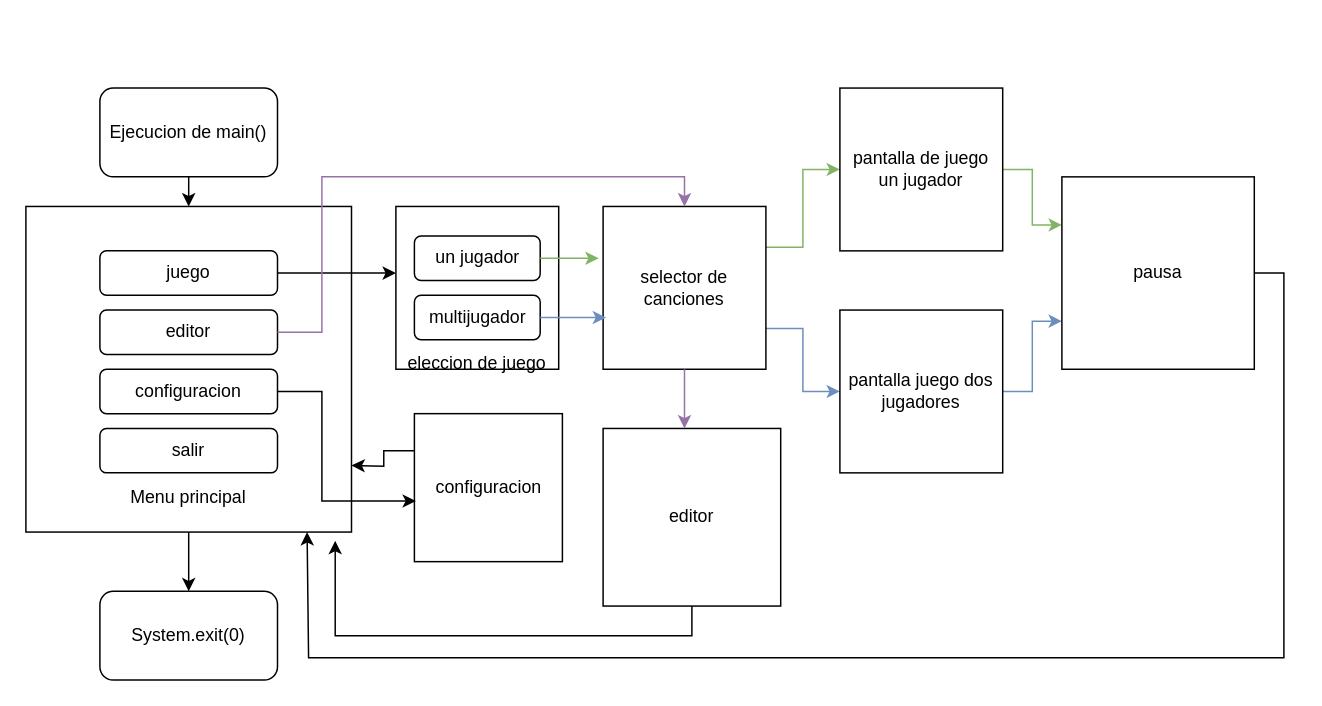
Earlier version of the draw.io diagram Progra.drawio (ArielParra/Proyecto_Programacion-II). Source tidied: cells renumbered, new cells numbered last; positions are measured from the earlier drawing's top-left corner, leaving out a move shared by most shapes. Both pictures are drawn from the tidied source at 148%, with x=0, y=0 at pixel (25, 87).
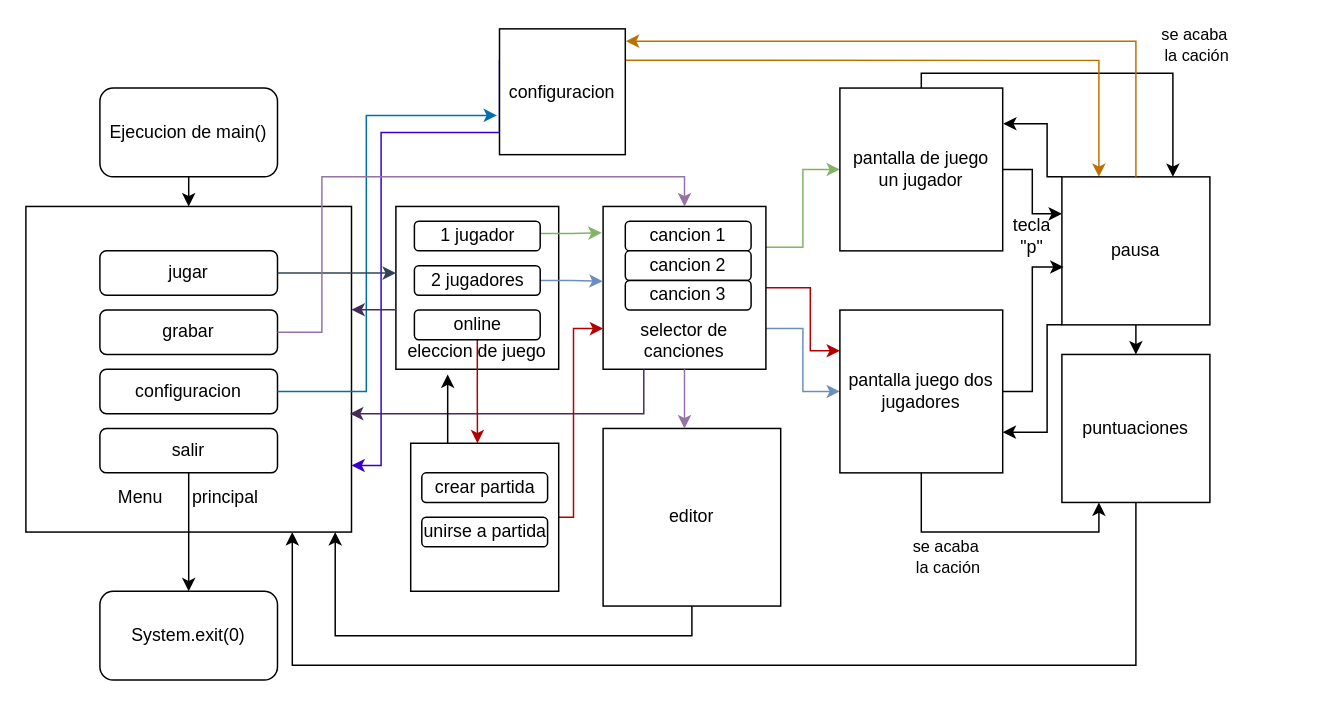
The same page after the edit.

The change refers to these unchanged cells:
```xml
<mxCell id="2" value="System.exit(0)" style="rounded=1;whiteSpace=wrap;html=1;" parent="1" vertex="1">
  <mxGeometry x="50" y="340" width="120" height="60" as="geometry" />
</mxCell>
<mxCell id="5" style="group;" parent="1" vertex="1">
  <mxGeometry y="80" width="220" height="220" as="geometry" />
</mxCell>
<mxCell id="9" value="configuracion" style="rounded=1;whiteSpace=wrap;html=1;" parent="5" vertex="1">
  <mxGeometry x="50" y="110" width="120" height="30" as="geometry" />
</mxCell>
<mxCell id="10" value="salir" style="rounded=1;whiteSpace=wrap;html=1;" parent="5" vertex="1">
  <mxGeometry x="50" y="150" width="120" height="30" as="geometry" />
</mxCell>
<mxCell id="19" value="&lt;div&gt;pantalla de juego&lt;/div&gt;un jugador" style="whiteSpace=wrap;html=1;" parent="1" vertex="1">
  <mxGeometry x="550" width="110" height="110" as="geometry" />
</mxCell>
<mxCell id="21" value="pantalla juego dos jugadores" style="whiteSpace=wrap;html=1;" parent="1" vertex="1">
  <mxGeometry x="550" y="150" width="110" height="110" as="geometry" />
</mxCell>
<mxCell id="31" value="editor" style="whiteSpace=wrap;html=1;" parent="1" vertex="1">
  <mxGeometry x="390" y="230" width="120" height="120" as="geometry" />
</mxCell>
```

Change to the diagram source:
```diff
@@
+    <mxCell id="34" style="edgeStyle=orthogonalEdgeStyle;rounded=0;jettySize=auto;html=1;exitX=0.5;exitY=1;exitDx=0;exitDy=0;entryX=0.5;entryY=1;entryDx=0;entryDy=0;" parent="5" edge="1" source="6" target="10">
+      <mxGeometry relative="1" as="geometry" />
+    </mxCell>
-    <mxCell id="6" value="&lt;div&gt;&lt;br&gt;&lt;/div&gt;&lt;div&gt;&lt;br&gt;&lt;/div&gt;&lt;div&gt;&lt;br&gt;&lt;/div&gt;&lt;div&gt;&lt;br&gt;&lt;/div&gt;&lt;div&gt;&lt;br&gt;&lt;/div&gt;&lt;div&gt;&lt;br&gt;&lt;/div&gt;&lt;div&gt;&lt;br&gt;&lt;/div&gt;&lt;div&gt;&lt;br&gt;&lt;/div&gt;&lt;div&gt;&lt;br&gt;&lt;/div&gt;&lt;div&gt;&lt;br&gt;&lt;/div&gt;&lt;div&gt;&lt;br&gt;&lt;/div&gt;&lt;div&gt;&lt;br&gt;&lt;/div&gt;&lt;div&gt;Menu principal&lt;br&gt;&lt;/div&gt;" style="whiteSpace=wrap;html=1;" parent="5" vertex="1">
+    <mxCell id="6" value="&lt;div&gt;&lt;br&gt;&lt;/div&gt;&lt;div&gt;&lt;br&gt;&lt;/div&gt;&lt;div&gt;&lt;br&gt;&lt;/div&gt;&lt;div&gt;&lt;br&gt;&lt;/div&gt;&lt;div&gt;&lt;br&gt;&lt;/div&gt;&lt;div&gt;&lt;br&gt;&lt;/div&gt;&lt;div&gt;&lt;br&gt;&lt;/div&gt;&lt;div&gt;&lt;br&gt;&lt;/div&gt;&lt;div&gt;&lt;br&gt;&lt;/div&gt;&lt;div&gt;&lt;br&gt;&lt;/div&gt;&lt;div&gt;&lt;br&gt;&lt;/div&gt;&lt;div&gt;&lt;br&gt;&lt;/div&gt;&lt;div&gt;Menu&amp;nbsp; &amp;nbsp; &amp;nbsp; principal&lt;br&gt;&lt;/div&gt;" style="whiteSpace=wrap;html=1;" parent="5" vertex="1">
       <mxGeometry width="220" height="220" as="geometry" />
     </mxCell>
-    <mxCell id="7" value="&lt;div&gt;juego&lt;/div&gt;" style="rounded=1;whiteSpace=wrap;html=1;" parent="5" vertex="1">
+    <mxCell id="7" value="&lt;div&gt;jugar&lt;/div&gt;" style="rounded=1;whiteSpace=wrap;html=1;" parent="5" vertex="1">
       <mxGeometry x="50" y="30" width="120" height="30" as="geometry" />
     </mxCell>
-    <mxCell id="8" value="editor" style="rounded=1;whiteSpace=wrap;html=1;" parent="5" vertex="1">
+    <mxCell id="8" value="grabar" style="rounded=1;whiteSpace=wrap;html=1;" parent="5" vertex="1">
       <mxGeometry x="50" y="70" width="120" height="30" as="geometry" />
     </mxCell>
@@
     <mxCell id="11" style="edgeStyle=orthogonalEdgeStyle;rounded=0;jettySize=auto;html=1;exitX=0.5;exitY=1;exitDx=0;exitDy=0;entryX=0.5;entryY=0;entryDx=0;entryDy=0;" parent="1" edge="1" source="6" target="2">
-      <mxGeometry relative="1" as="geometry" />
+      <mxGeometry relative="1" as="geometry">
+        <Array as="points">
+          <mxPoint x="110" y="260" />
+          <mxPoint x="110" y="260" />
+        </Array>
+      </mxGeometry>
     </mxCell>
-    <mxCell id="12" value="&lt;div&gt;&lt;br&gt;&lt;/div&gt;&lt;div&gt;&lt;br&gt;&lt;/div&gt;&lt;div&gt;&lt;br&gt;&lt;/div&gt;&lt;div&gt;&lt;br&gt;&lt;/div&gt;&lt;div&gt;&lt;br&gt;&lt;/div&gt;&lt;div&gt;&lt;br&gt;&lt;/div&gt;&lt;div&gt;&lt;br&gt;&lt;/div&gt;&lt;div&gt;eleccion de juego&lt;br&gt;&lt;/div&gt;" style="whiteSpace=wrap;html=1;" parent="1" vertex="1">
+    <mxCell id="12" value="&lt;div&gt;&lt;br&gt;&lt;/div&gt;&lt;div&gt;&lt;br&gt;&lt;/div&gt;&lt;div&gt;&lt;br&gt;&lt;/div&gt;&lt;div&gt;&lt;br&gt;&lt;/div&gt;&lt;div&gt;&lt;br&gt;&lt;/div&gt;&lt;div&gt;&lt;br&gt;&lt;/div&gt;&lt;div&gt;&lt;span style=&quot;background-color: initial;&quot;&gt;eleccion de juego&lt;/span&gt;&lt;br&gt;&lt;/div&gt;" style="whiteSpace=wrap;html=1;" parent="1" vertex="1">
       <mxGeometry x="250" y="80" width="110" height="110" as="geometry" />
     </mxCell>
-    <mxCell id="13" value="un jugador" style="rounded=1;whiteSpace=wrap;html=1;" parent="1" vertex="1">
-      <mxGeometry x="262.5" y="100" width="85" height="30" as="geometry" />
-    </mxCell>
-    <mxCell id="14" value="multijugador" style="rounded=1;whiteSpace=wrap;html=1;" parent="1" vertex="1">
-      <mxGeometry x="262.5" y="140" width="85" height="30" as="geometry" />
-    </mxCell>
@@
+    <mxCell id="35" style="edgeStyle=orthogonalEdgeStyle;rounded=0;jettySize=auto;html=1;exitX=1;exitY=0.5;exitDx=0;exitDy=0;entryX=0;entryY=0.25;entryDx=0;entryDy=0;fillColor=#e51400;strokeColor=#B20000;" parent="1" edge="1" source="17" target="21">
+      <mxGeometry relative="1" as="geometry">
+        <Array as="points">
+          <mxPoint x="530" y="135" />
+          <mxPoint x="530" y="178" />
+        </Array>
+      </mxGeometry>
+    </mxCell>
-    <mxCell id="17" value="selector de canciones" style="whiteSpace=wrap;html=1;" parent="1" vertex="1">
+    <mxCell id="17" value="&lt;div&gt;&lt;br&gt;&lt;/div&gt;&lt;div&gt;&lt;br&gt;&lt;/div&gt;&lt;div&gt;&lt;br&gt;&lt;/div&gt;&lt;div&gt;&lt;br&gt;&lt;/div&gt;&lt;div&gt;&lt;br&gt;&lt;/div&gt;selector de canciones" style="whiteSpace=wrap;html=1;" parent="1" vertex="1">
       <mxGeometry x="390" y="80" width="110" height="110" as="geometry" />
     </mxCell>
-    <mxCell id="18" style="edgeStyle=orthogonalEdgeStyle;rounded=0;jettySize=auto;html=1;exitX=1;exitY=0.5;exitDx=0;exitDy=0;entryX=0;entryY=0.25;entryDx=0;entryDy=0;fillColor=#d5e8d4;strokeColor=#82b366;" parent="1" edge="1" source="19" target="29">
-      <mxGeometry relative="1" as="geometry" />
-    </mxCell>
+    <mxCell id="36" style="edgeStyle=orthogonalEdgeStyle;rounded=0;jettySize=auto;html=1;exitX=0.5;exitY=0;exitDx=0;exitDy=0;entryX=0.75;entryY=0;entryDx=0;entryDy=0;" parent="1" edge="1" source="19" target="29">
+      <mxGeometry relative="1" as="geometry">
+        <Array as="points">
+          <mxPoint x="605" y="-10" />
+          <mxPoint x="775" y="-10" />
+        </Array>
+      </mxGeometry>
+    </mxCell>
+    <mxCell id="37" value="se acaba&amp;nbsp;&lt;div&gt;la cación&lt;/div&gt;" style="edgeLabel;html=1;align=center;verticalAlign=middle;" parent="36" vertex="1">
+      <mxGeometry x="0.41" y="-2" relative="1" as="geometry">
+        <mxPoint x="19" y="-22" as="offset" />
+      </mxGeometry>
+    </mxCell>
+    <mxCell id="38" style="edgeStyle=orthogonalEdgeStyle;rounded=0;jettySize=auto;html=1;exitX=1;exitY=0.5;exitDx=0;exitDy=0;entryX=0;entryY=0.25;entryDx=0;entryDy=0;" parent="1" edge="1" source="19" target="29">
+      <mxGeometry relative="1" as="geometry" />
+    </mxCell>
@@
-    <mxCell id="20" style="edgeStyle=orthogonalEdgeStyle;rounded=0;jettySize=auto;html=1;exitX=1;exitY=0.5;exitDx=0;exitDy=0;entryX=0;entryY=0.75;entryDx=0;entryDy=0;fillColor=#dae8fc;strokeColor=#6c8ebf;" parent="1" edge="1" source="21" target="29">
-      <mxGeometry relative="1" as="geometry" />
-    </mxCell>
+    <mxCell id="39" style="edgeStyle=orthogonalEdgeStyle;rounded=0;jettySize=auto;html=1;exitX=0.5;exitY=1;exitDx=0;exitDy=0;entryX=0.25;entryY=1;entryDx=0;entryDy=0;" parent="1" edge="1" source="21" target="44">
+      <mxGeometry relative="1" as="geometry" />
+    </mxCell>
@@
-    <mxCell id="22" style="edgeStyle=orthogonalEdgeStyle;rounded=0;jettySize=auto;html=1;exitX=0;exitY=0.25;exitDx=0;exitDy=0;" parent="1" edge="1" source="23">
+    <mxCell id="22" style="edgeStyle=orthogonalEdgeStyle;rounded=0;jettySize=auto;html=1;exitX=0;exitY=0.25;exitDx=0;exitDy=0;fillColor=#6a00ff;strokeColor=#3700CC;" parent="1" edge="1" source="23">
       <mxGeometry relative="1" as="geometry">
         <mxPoint x="220" y="255" as="targetPoint" />
+        <Array as="points">
+          <mxPoint x="320" y="30" />
+          <mxPoint x="240" y="30" />
+          <mxPoint x="240" y="255" />
+        </Array>
       </mxGeometry>
     </mxCell>
+    <mxCell id="40" style="edgeStyle=orthogonalEdgeStyle;rounded=0;jettySize=auto;html=1;exitX=1;exitY=0.25;exitDx=0;exitDy=0;entryX=0.25;entryY=0;entryDx=0;entryDy=0;fillColor=#f0a30a;strokeColor=#BD7000;" parent="1" edge="1" source="23" target="29">
+      <mxGeometry relative="1" as="geometry" />
+    </mxCell>
     <mxCell id="23" value="configuracion" style="whiteSpace=wrap;html=1;" parent="1" vertex="1">
-      <mxGeometry x="262.5" y="220" width="100" height="100" as="geometry" />
+      <mxGeometry x="320" y="-40" width="85" height="85" as="geometry" />
     </mxCell>
-    <mxCell id="24" style="edgeStyle=orthogonalEdgeStyle;rounded=0;jettySize=auto;html=1;exitX=1;exitY=0.5;exitDx=0;exitDy=0;entryX=0.01;entryY=0.59;entryDx=0;entryDy=0;entryPerimeter=0;" parent="1" edge="1" source="9" target="23">
+    <mxCell id="24" style="edgeStyle=orthogonalEdgeStyle;rounded=0;jettySize=auto;html=1;exitX=1;exitY=0.5;exitDx=0;exitDy=0;fillColor=#1ba1e2;strokeColor=#006EAF;entryX=-0.02;entryY=0.688;entryDx=0;entryDy=0;entryPerimeter=0;" parent="1" edge="1" source="9" target="23">
       <mxGeometry relative="1" as="geometry">
         <Array as="points">
-          <mxPoint x="200" y="205" />
-          <mxPoint x="200" y="279" />
+          <mxPoint x="230" y="205" />
+          <mxPoint x="230" y="18" />
         </Array>
       </mxGeometry>
     </mxCell>
-    <mxCell id="25" style="edgeStyle=orthogonalEdgeStyle;rounded=0;jettySize=auto;html=1;exitX=1;exitY=0.5;exitDx=0;exitDy=0;entryX=0;entryY=0.409;entryDx=0;entryDy=0;entryPerimeter=0;" parent="1" edge="1" source="7" target="12">
+    <mxCell id="25" style="edgeStyle=orthogonalEdgeStyle;rounded=0;jettySize=auto;html=1;exitX=1;exitY=0.5;exitDx=0;exitDy=0;entryX=0;entryY=0.409;entryDx=0;entryDy=0;entryPerimeter=0;fillColor=#647687;strokeColor=#314354;" parent="1" edge="1" source="7" target="12">
       <mxGeometry relative="1" as="geometry" />
     </mxCell>
-    <mxCell id="26" style="edgeStyle=orthogonalEdgeStyle;rounded=0;jettySize=auto;html=1;exitX=1;exitY=0.5;exitDx=0;exitDy=0;entryX=-0.027;entryY=0.327;entryDx=0;entryDy=0;entryPerimeter=0;fillColor=#d5e8d4;strokeColor=#82b366;" parent="1" edge="1" source="13" target="17">
+    <mxCell id="26" style="edgeStyle=orthogonalEdgeStyle;rounded=0;jettySize=auto;html=1;exitX=0.999;exitY=0.417;exitDx=0;exitDy=0;entryX=-0.009;entryY=0.162;entryDx=0;entryDy=0;entryPerimeter=0;fillColor=#d5e8d4;strokeColor=#82b366;exitPerimeter=0;" parent="1" edge="1" source="52" target="17">
       <mxGeometry relative="1" as="geometry" />
     </mxCell>
-    <mxCell id="27" style="edgeStyle=orthogonalEdgeStyle;rounded=0;jettySize=auto;html=1;exitX=1;exitY=0.5;exitDx=0;exitDy=0;entryX=0.018;entryY=0.682;entryDx=0;entryDy=0;entryPerimeter=0;fillColor=#dae8fc;strokeColor=#6c8ebf;" parent="1" edge="1" source="14" target="17">
+    <mxCell id="27" style="edgeStyle=orthogonalEdgeStyle;rounded=0;jettySize=auto;html=1;entryX=-0.003;entryY=0.46;entryDx=0;entryDy=0;fillColor=#dae8fc;strokeColor=#6c8ebf;entryPerimeter=0;exitX=1;exitY=0.5;exitDx=0;exitDy=0;" parent="1" edge="1" source="51" target="17">
       <mxGeometry relative="1" as="geometry" />
     </mxCell>
-    <mxCell id="28" style="edgeStyle=orthogonalEdgeStyle;rounded=0;jettySize=auto;html=1;exitX=1;exitY=0.5;exitDx=0;exitDy=0;" parent="1" edge="1" source="29">
-      <mxGeometry relative="1" as="geometry">
-        <mxPoint x="190" y="300" as="targetPoint" />
-        <Array as="points">
-          <mxPoint x="850" y="125" />
-          <mxPoint x="850" y="385" />
-          <mxPoint x="191" y="385" />
-        </Array>
-      </mxGeometry>
-    </mxCell>
+    <mxCell id="41" style="edgeStyle=orthogonalEdgeStyle;rounded=0;jettySize=auto;html=1;exitX=0.5;exitY=1;exitDx=0;exitDy=0;entryX=0.5;entryY=0;entryDx=0;entryDy=0;" parent="1" edge="1" source="29" target="44">
+      <mxGeometry relative="1" as="geometry" />
+    </mxCell>
+    <mxCell id="42" style="edgeStyle=orthogonalEdgeStyle;rounded=0;jettySize=auto;html=1;exitX=0;exitY=1;exitDx=0;exitDy=0;entryX=1;entryY=0.75;entryDx=0;entryDy=0;" parent="1" edge="1" source="29" target="21">
+      <mxGeometry relative="1" as="geometry">
+        <Array as="points">
+          <mxPoint x="690" y="160" />
+          <mxPoint x="690" y="233" />
+        </Array>
+      </mxGeometry>
+    </mxCell>
     <mxCell id="29" value="pausa" style="whiteSpace=wrap;html=1;" parent="1" vertex="1">
-      <mxGeometry x="700" y="60" width="130" height="130" as="geometry" />
+      <mxGeometry x="700" y="60" width="100" height="100" as="geometry" />
     </mxCell>
-    <mxCell id="30" style="edgeStyle=orthogonalEdgeStyle;rounded=0;jettySize=auto;html=1;exitX=0.5;exitY=1;exitDx=0;exitDy=0;entryX=0.95;entryY=1.027;entryDx=0;entryDy=0;entryPerimeter=0;" parent="1" edge="1" source="31" target="6">
+    <mxCell id="30" style="edgeStyle=orthogonalEdgeStyle;rounded=0;jettySize=auto;html=1;exitX=0.5;exitY=1;exitDx=0;exitDy=0;" parent="1" edge="1" source="31" target="6">
       <mxGeometry relative="1" as="geometry">
         <Array as="points">
           <mxPoint x="450" y="370" />
           <mxPoint x="209" y="370" />
         </Array>
       </mxGeometry>
     </mxCell>
@@
+    <mxCell id="43" style="edgeStyle=orthogonalEdgeStyle;rounded=0;jettySize=auto;html=1;exitX=0.5;exitY=1;exitDx=0;exitDy=0;" parent="1" edge="1" source="44" target="6">
+      <mxGeometry relative="1" as="geometry">
+        <Array as="points">
+          <mxPoint x="750" y="390" />
+          <mxPoint x="180" y="390" />
+        </Array>
+      </mxGeometry>
+    </mxCell>
+    <mxCell id="44" value="puntuaciones" style="whiteSpace=wrap;html=1;" parent="1" vertex="1">
+      <mxGeometry x="700" y="180" width="100" height="100" as="geometry" />
+    </mxCell>
+    <mxCell id="45" style="edgeStyle=orthogonalEdgeStyle;rounded=0;jettySize=auto;html=1;exitX=0.5;exitY=0;exitDx=0;exitDy=0;entryX=1.005;entryY=0.098;entryDx=0;entryDy=0;entryPerimeter=0;fillColor=#f0a30a;strokeColor=#BD7000;" parent="1" edge="1" source="29" target="23">
+      <mxGeometry relative="1" as="geometry" />
+    </mxCell>
+    <mxCell id="46" value="cancion 1" style="rounded=1;whiteSpace=wrap;html=1;" parent="1" vertex="1">
+      <mxGeometry x="405" y="90" width="85" height="20" as="geometry" />
+    </mxCell>
+    <mxCell id="47" value="cancion 2" style="rounded=1;whiteSpace=wrap;html=1;" parent="1" vertex="1">
+      <mxGeometry x="405" y="110" width="85" height="20" as="geometry" />
+    </mxCell>
+    <mxCell id="48" value="cancion 3" style="rounded=1;whiteSpace=wrap;html=1;" parent="1" vertex="1">
+      <mxGeometry x="405" y="130" width="85" height="20" as="geometry" />
+    </mxCell>
+    <mxCell id="49" style="edgeStyle=orthogonalEdgeStyle;rounded=0;orthogonalLoop=1;jettySize=auto;html=1;fillColor=#76608a;strokeColor=#432D57;" parent="1" edge="1">
+      <mxGeometry relative="1" as="geometry">
+        <mxPoint x="250" y="149.8" as="sourcePoint" />
+        <mxPoint x="220" y="149.8" as="targetPoint" />
+      </mxGeometry>
+    </mxCell>
+    <mxCell id="50" style="edgeStyle=orthogonalEdgeStyle;rounded=0;jettySize=auto;html=1;fillColor=#76608a;strokeColor=#432D57;exitX=0.25;exitY=1;exitDx=0;exitDy=0;" parent="1" edge="1" source="17">
+      <mxGeometry relative="1" as="geometry">
+        <mxPoint x="219" y="220" as="targetPoint" />
+        <Array as="points">
+          <mxPoint x="418" y="220" />
+          <mxPoint x="219" y="220" />
+        </Array>
+      </mxGeometry>
+    </mxCell>
+    <mxCell id="51" value="2 jugadores" style="rounded=1;whiteSpace=wrap;html=1;" parent="1" vertex="1">
+      <mxGeometry x="262.5" y="120" width="85" height="20" as="geometry" />
+    </mxCell>
+    <mxCell id="52" value="1 jugador" style="rounded=1;whiteSpace=wrap;html=1;" parent="1" vertex="1">
+      <mxGeometry x="262.5" y="90" width="85" height="20" as="geometry" />
+    </mxCell>
+    <mxCell id="53" style="edgeStyle=orthogonalEdgeStyle;rounded=0;jettySize=auto;html=1;exitX=0.5;exitY=1;exitDx=0;exitDy=0;fillColor=#e51400;strokeColor=#B20000;" parent="1" edge="1" source="54">
+      <mxGeometry relative="1" as="geometry">
+        <mxPoint x="305.1" y="240" as="targetPoint" />
+      </mxGeometry>
+    </mxCell>
+    <mxCell id="54" value="online" style="rounded=1;whiteSpace=wrap;html=1;" parent="1" vertex="1">
+      <mxGeometry x="262.5" y="150" width="85" height="20" as="geometry" />
+    </mxCell>
+    <mxCell id="55" style="edgeStyle=orthogonalEdgeStyle;rounded=0;jettySize=auto;html=1;exitX=1;exitY=0.5;exitDx=0;exitDy=0;entryX=0;entryY=0.75;entryDx=0;entryDy=0;fillColor=#e51400;strokeColor=#B20000;" parent="1" edge="1" source="56" target="17">
+      <mxGeometry relative="1" as="geometry">
+        <Array as="points">
+          <mxPoint x="370" y="290" />
+          <mxPoint x="370" y="163" />
+        </Array>
+      </mxGeometry>
+    </mxCell>
+    <mxCell id="56" value="&lt;div&gt;&lt;br&gt;&lt;/div&gt;&lt;div&gt;&lt;br&gt;&lt;/div&gt;&lt;div&gt;&lt;br&gt;&lt;/div&gt;&lt;div&gt;&lt;br&gt;&lt;/div&gt;&lt;div&gt;&lt;br&gt;&lt;/div&gt;" style="whiteSpace=wrap;html=1;" parent="1" vertex="1">
+      <mxGeometry x="260" y="240" width="100" height="100" as="geometry" />
+    </mxCell>
+    <mxCell id="57" value="crear partida" style="rounded=1;whiteSpace=wrap;html=1;" parent="1" vertex="1">
+      <mxGeometry x="267.5" y="260" width="85" height="20" as="geometry" />
+    </mxCell>
+    <mxCell id="58" value="unirse a partida" style="rounded=1;whiteSpace=wrap;html=1;" parent="1" vertex="1">
+      <mxGeometry x="267.5" y="290" width="85" height="20" as="geometry" />
+    </mxCell>
+    <mxCell id="59" style="edgeStyle=orthogonalEdgeStyle;rounded=0;jettySize=auto;html=1;exitX=0.25;exitY=0;exitDx=0;exitDy=0;entryX=0.318;entryY=1.032;entryDx=0;entryDy=0;entryPerimeter=0;" parent="1" edge="1" source="56" target="12">
+      <mxGeometry relative="1" as="geometry" />
+    </mxCell>
+    <mxCell id="60" style="edgeStyle=orthogonalEdgeStyle;rounded=0;jettySize=auto;html=1;exitX=0;exitY=0;exitDx=0;exitDy=0;entryX=1.003;entryY=0.219;entryDx=0;entryDy=0;entryPerimeter=0;" parent="1" edge="1" source="29" target="19">
+      <mxGeometry relative="1" as="geometry">
+        <Array as="points">
+          <mxPoint x="690" y="60" />
+          <mxPoint x="690" y="24" />
+        </Array>
+      </mxGeometry>
+    </mxCell>
+    <mxCell id="61" value="se acaba&amp;nbsp;&lt;div&gt;la cación&lt;/div&gt;" style="edgeLabel;html=1;align=center;verticalAlign=middle;" parent="1" vertex="1">
+      <mxGeometry x="640" y="170" as="geometry">
+        <mxPoint x="-18" y="146" as="offset" />
+      </mxGeometry>
+    </mxCell>
+    <mxCell id="62" value="tecla &quot;p&quot;" style="text;html=1;align=center;verticalAlign=middle;whiteSpace=wrap;rounded=0;" parent="1" vertex="1">
+      <mxGeometry x="660" y="85" width="40" height="30" as="geometry" />
+    </mxCell>
+    <mxCell id="20" style="edgeStyle=orthogonalEdgeStyle;rounded=0;jettySize=auto;html=1;exitX=1;exitY=0.5;exitDx=0;exitDy=0;entryX=0.011;entryY=0.609;entryDx=0;entryDy=0;entryPerimeter=0;" parent="1" edge="1" source="21" target="29">
+      <mxGeometry relative="1" as="geometry" />
+    </mxCell>
```
